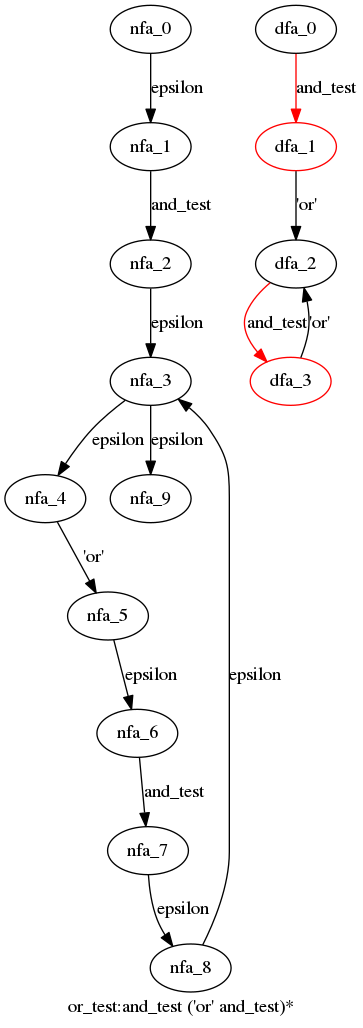
Above: cpython/grammar/handwrite/nfa_dfas/54.or_test.dot.png in WinChua/blog (Graphviz), before the change. Its source is kept beside it as cpython/grammar/handwrite/nfa_dfas/54.or_test.dot.
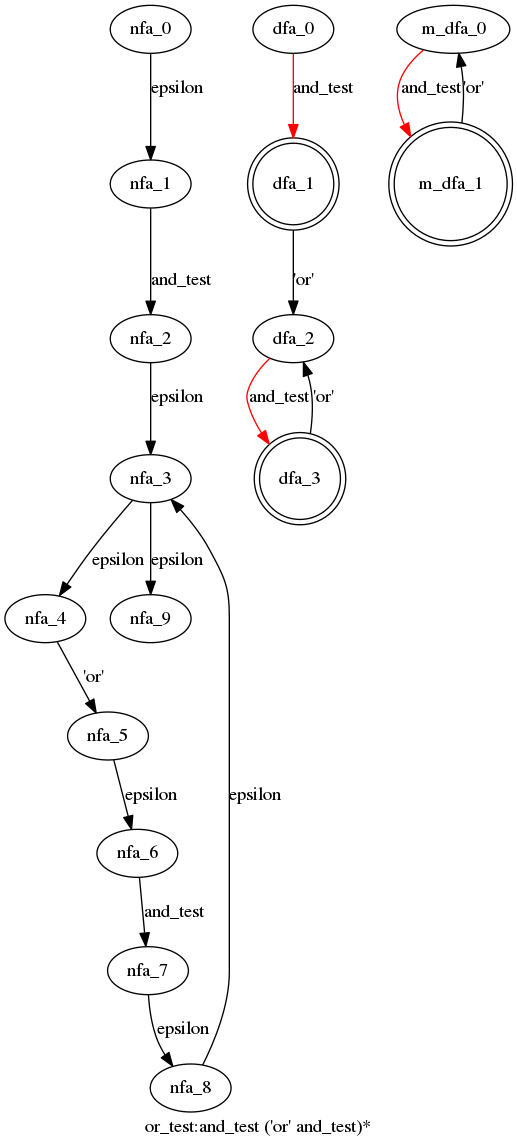
The same file after the commit.

Change to the diagram source:
```diff
@@ -17,7 +17,12 @@
   dfa_1->dfa_2[label="'or'"]
   dfa_2->dfa_3[label="and_test",color=red]
   dfa_3->dfa_2[label="'or'"]
-  dfa_1[color=red]
-  dfa_3[color=red]
+  dfa_1[shape=doublecircle]
+  dfa_3[shape=doublecircle]
+  }
+ subgraph or_test_m_dfa {
+  m_dfa_0->m_dfa_1[label="and_test",color=red]
+  m_dfa_1->m_dfa_0[label="'or'"]
+  m_dfa_1[shape=doublecircle]
   }
 }
```
